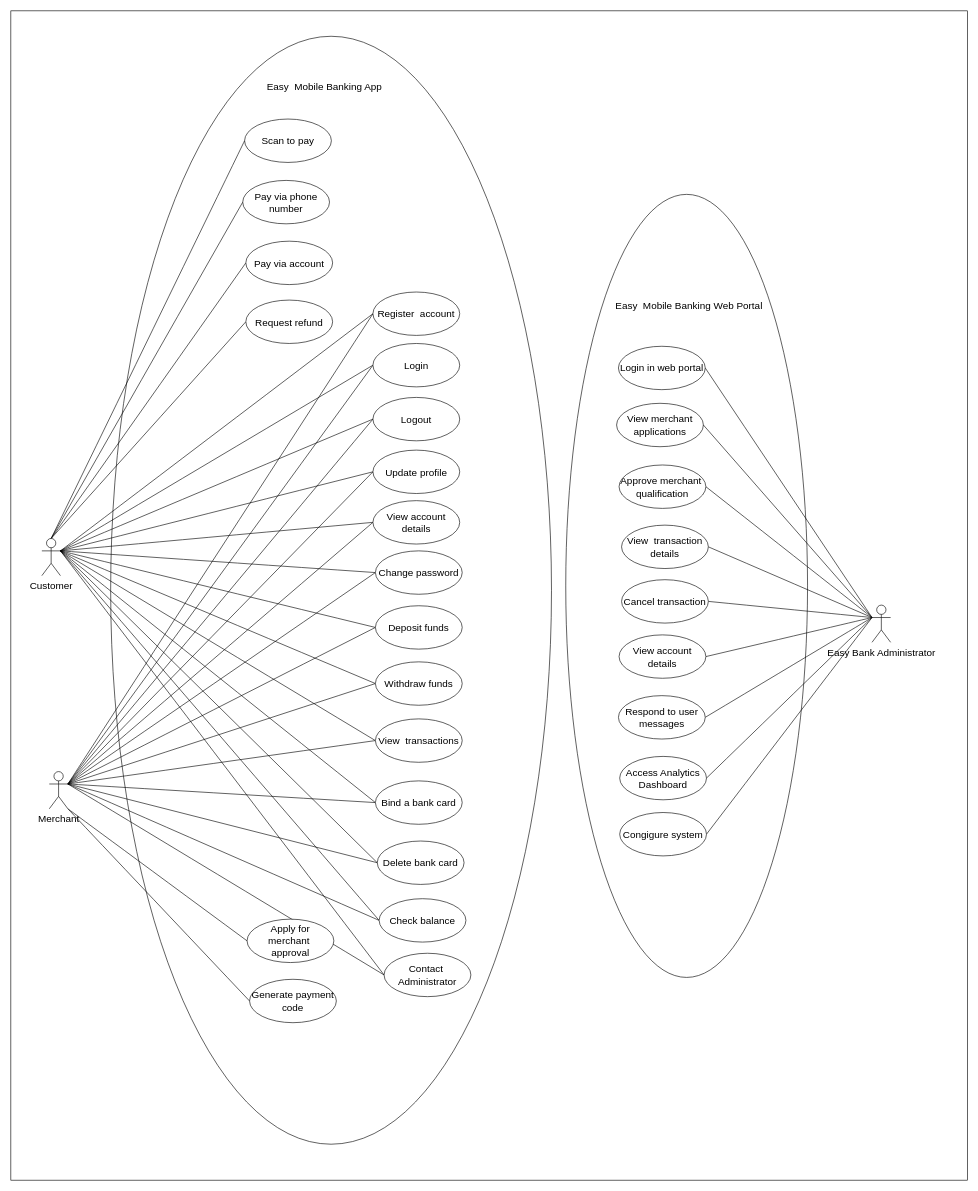
Earlier version of the draw.io diagram 未命名绘图.drawio (tautauon/AHH). Source tidied: cells renumbered, new cells numbered last; positions are measured from the earlier drawing's top-left corner, leaving out a move shared by most shapes. Both pictures are drawn from the tidied source at 62%, with x=0, y=0 at pixel (11, 11).
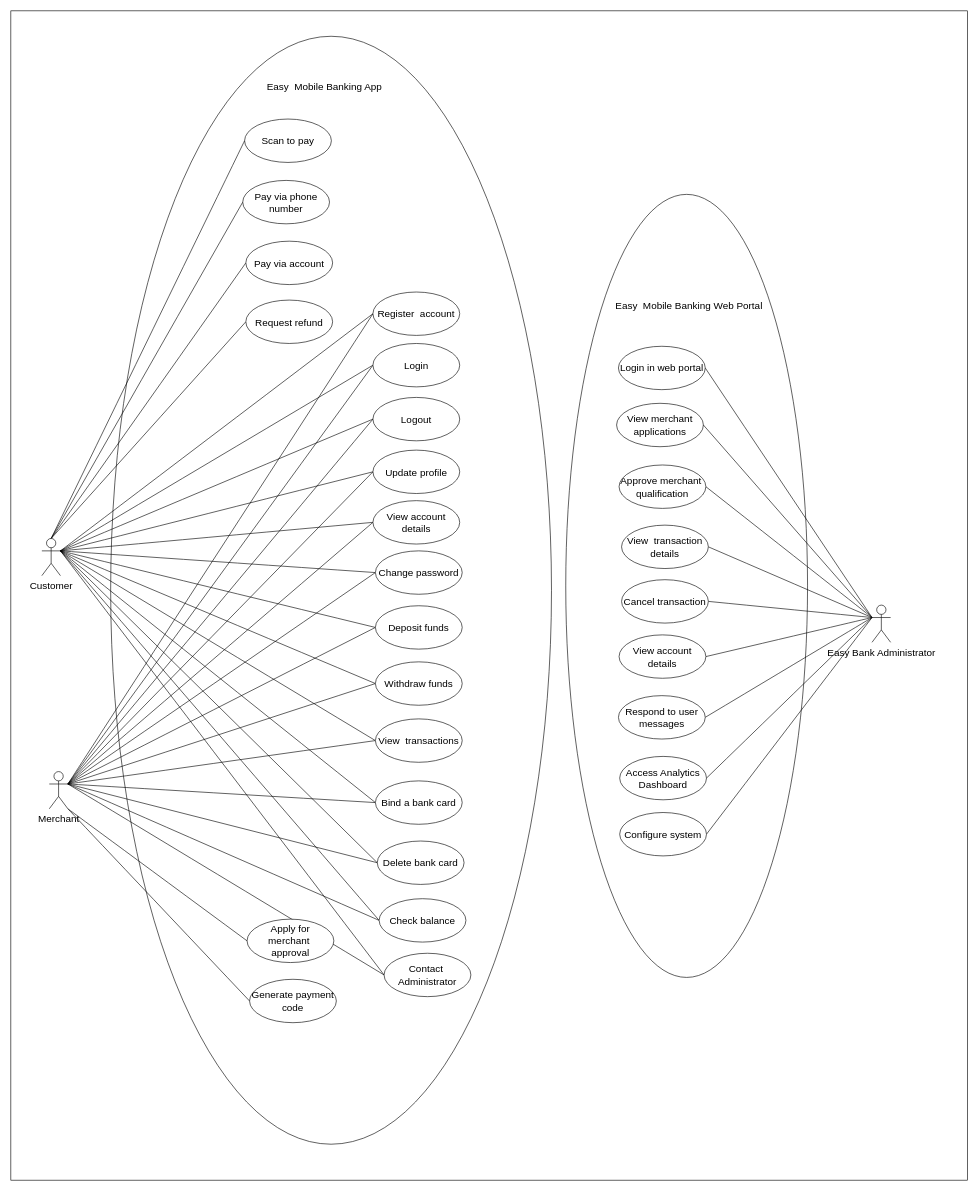
Above is the later version.

Commit message (it also covers changes not shown here):
更新未命名绘图.drawio

What changed in the source:
```diff
@@
-    <mxCell id="70" value="Congigure system" style="ellipse;whiteSpace=wrap;html=1;fontSize=16;" parent="1" vertex="1">
+    <mxCell id="70" value="Configure system" style="ellipse;whiteSpace=wrap;html=1;fontSize=16;" parent="1" vertex="1">
       <mxGeometry x="982" y="1293" width="140" height="70" as="geometry" />
     </mxCell>
```
